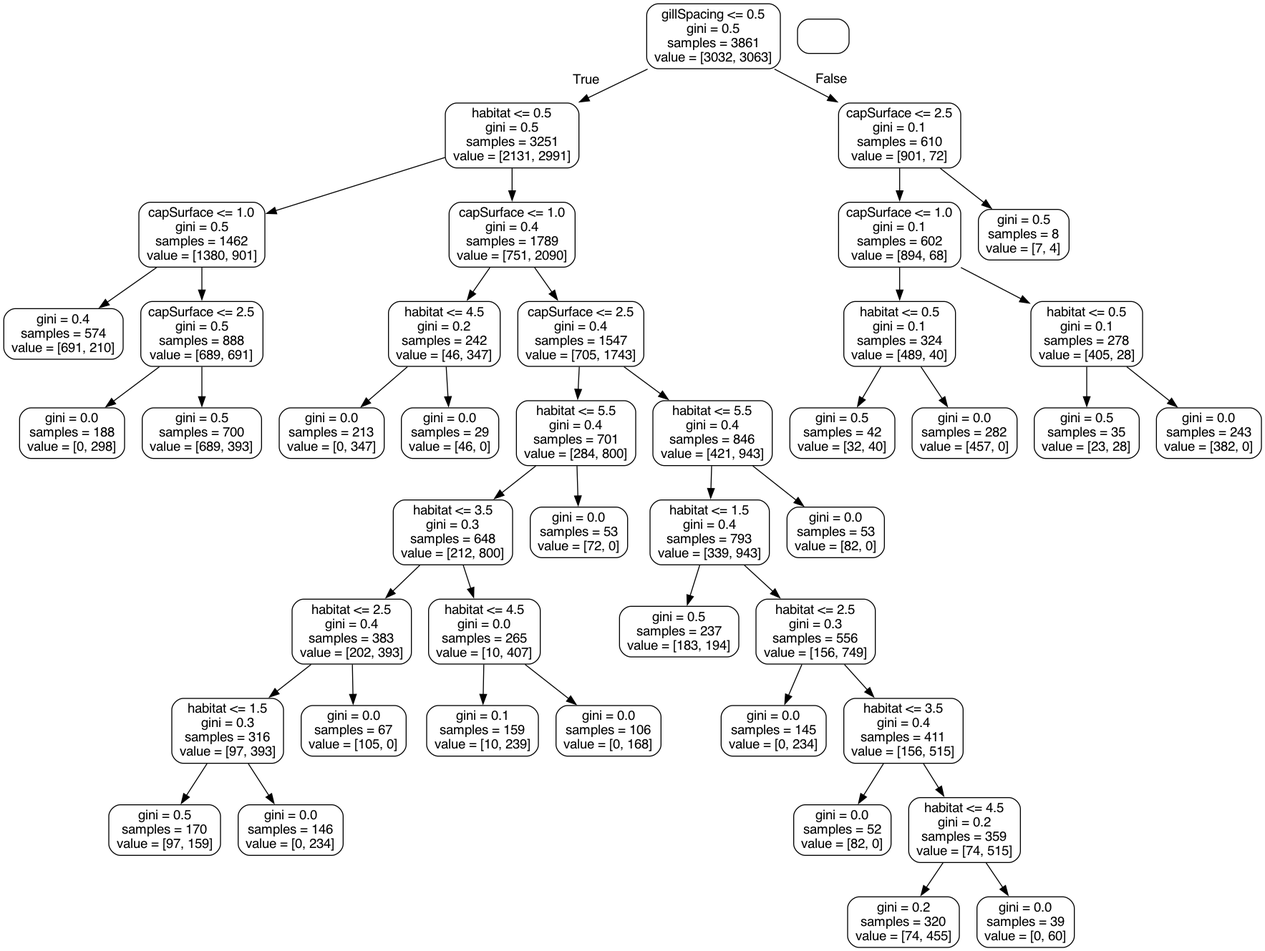
williamhenderson02/ML-Coursework-2022 keeps this Graphviz diagram as Images/tree.png. Above is the earlier version. Its source is kept beside it as tree.dot. Source of this version:
```dot
digraph Tree {
node [shape=box, style="rounded", color="black", fontname="helvetica"] ;
edge [fontname="helvetica"] ;
0 [label="gillSpacing <= 0.5\ngini = 0.5\nsamples = 3861\nvalue = [3032, 3063]"] ;
1 [label="habitat <= 0.5\ngini = 0.5\nsamples = 3251\nvalue = [2131, 2991]"] ;
0 -> 1 [labeldistance=2.5, labelangle=45, headlabel="True"] ;
2 [label="capSurface <= 1.0\ngini = 0.5\nsamples = 1462\nvalue = [1380, 901]"] ;
1 -> 2 ;
3 [label="gini = 0.4\nsamples = 574\nvalue = [691, 210]"] ;
2 -> 3 ;
4 [label="capSurface <= 2.5\ngini = 0.5\nsamples = 888\nvalue = [689, 691]"] ;
2 -> 4 ;
5 [label="gini = 0.0\nsamples = 188\nvalue = [0, 298]"] ;
4 -> 5 ;
6 [label="gini = 0.5\nsamples = 700\nvalue = [689, 393]"] ;
4 -> 6 ;
7 [label="capSurface <= 1.0\ngini = 0.4\nsamples = 1789\nvalue = [751, 2090]"] ;
1 -> 7 ;
8 [label="habitat <= 4.5\ngini = 0.2\nsamples = 242\nvalue = [46, 347]"] ;
7 -> 8 ;
9 [label="gini = 0.0\nsamples = 213\nvalue = [0, 347]"] ;
8 -> 9 ;
10 [label="gini = 0.0\nsamples = 29\nvalue = [46, 0]"] ;
8 -> 10 ;
11 [label="capSurface <= 2.5\ngini = 0.4\nsamples = 1547\nvalue = [705, 1743]"] ;
7 -> 11 ;
12 [label="habitat <= 5.5\ngini = 0.4\nsamples = 701\nvalue = [284, 800]"] ;
11 -> 12 ;
13 [label="habitat <= 3.5\ngini = 0.3\nsamples = 648\nvalue = [212, 800]"] ;
12 -> 13 ;
14 [label="habitat <= 2.5\ngini = 0.4\nsamples = 383\nvalue = [202, 393]"] ;
13 -> 14 ;
15 [label="habitat <= 1.5\ngini = 0.3\nsamples = 316\nvalue = [97, 393]"] ;
14 -> 15 ;
16 [label="gini = 0.5\nsamples = 170\nvalue = [97, 159]"] ;
15 -> 16 ;
17 [label="gini = 0.0\nsamples = 146\nvalue = [0, 234]"] ;
15 -> 17 ;
18 [label="gini = 0.0\nsamples = 67\nvalue = [105, 0]"] ;
14 -> 18 ;
19 [label="habitat <= 4.5\ngini = 0.0\nsamples = 265\nvalue = [10, 407]"] ;
13 -> 19 ;
20 [label="gini = 0.1\nsamples = 159\nvalue = [10, 239]"] ;
19 -> 20 ;
21 [label="gini = 0.0\nsamples = 106\nvalue = [0, 168]"] ;
19 -> 21 ;
22 [label="gini = 0.0\nsamples = 53\nvalue = [72, 0]"] ;
12 -> 22 ;
23 [label="habitat <= 5.5\ngini = 0.4\nsamples = 846\nvalue = [421, 943]"] ;
11 -> 23 ;
24 [label="habitat <= 1.5\ngini = 0.4\nsamples = 793\nvalue = [339, 943]"] ;
23 -> 24 ;
25 [label="gini = 0.5\nsamples = 237\nvalue = [183, 194]"] ;
24 -> 25 ;
26 [label="habitat <= 2.5\ngini = 0.3\nsamples = 556\nvalue = [156, 749]"] ;
24 -> 26 ;
27 [label="gini = 0.0\nsamples = 145\nvalue = [0, 234]"] ;
26 -> 27 ;
28 [label="habitat <= 3.5\ngini = 0.4\nsamples = 411\nvalue = [156, 515]"] ;
26 -> 28 ;
29 [label="gini = 0.0\nsamples = 52\nvalue = [82, 0]"] ;
28 -> 29 ;
30 [label="habitat <= 4.5\ngini = 0.2\nsamples = 359\nvalue = [74, 515]"] ;
28 -> 30 ;
31 [label="gini = 0.2\nsamples = 320\nvalue = [74, 455]"] ;
30 -> 31 ;
32 [label="gini = 0.0\nsamples = 39\nvalue = [0, 60]"] ;
30 -> 32 ;
33 [label="gini = 0.0\nsamples = 53\nvalue = [82, 0]"] ;
23 -> 33 ;
34 [label="capSurface <= 2.5\ngini = 0.1\nsamples = 610\nvalue = [901, 72]"] ;
0 -> 34 [labeldistance=2.5, labelangle=-45, headlabel="False"] ;
35 [label="capSurface <= 1.0\ngini = 0.1\nsamples = 602\nvalue = [894, 68]"] ;
34 -> 35 ;
36 [label="habitat <= 0.5\ngini = 0.1\nsamples = 324\nvalue = [489, 40]"] ;
35 -> 36 ;
37 [label="gini = 0.5\nsamples = 42\nvalue = [32, 40]"] ;
36 -> 37 ;
38 [label="gini = 0.0\nsamples = 282\nvalue = [457, 0]"] ;
36 -> 38 ;
39 [label="habitat <= 0.5\ngini = 0.1\nsamples = 278\nvalue = [405, 28]"] ;
35 -> 39 ;
40 [label="gini = 0.5\nsamples = 35\nvalue = [23, 28]"] ;
39 -> 40 ;
41 [label="gini = 0.0\nsamples = 243\nvalue = [382, 0]"] ;
39 -> 41 ;
42 [label="gini = 0.5\nsamples = 8\nvalue = [7, 4]"] ;
34 -> 42 ;
}
```
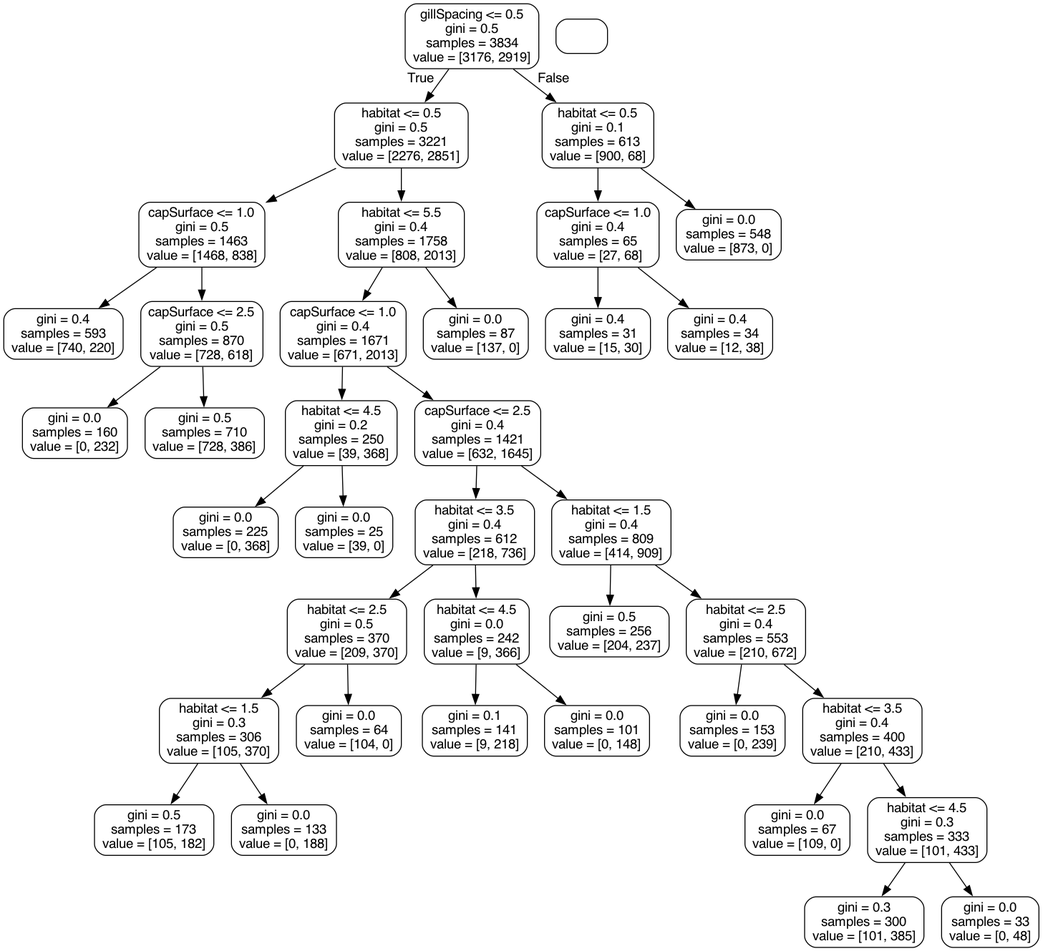
Later version of the same file.

The edit, as a diff of the source:
```diff
@@ -1,89 +1,77 @@
 digraph Tree {
 node [shape=box, style="rounded", color="black", fontname="helvetica"] ;
 edge [fontname="helvetica"] ;
-0 [label="gillSpacing <= 0.5\ngini = 0.5\nsamples = 3861\nvalue = [3032, 3063]"] ;
-1 [label="habitat <= 0.5\ngini = 0.5\nsamples = 3251\nvalue = [2131, 2991]"] ;
+0 [label="gillSpacing <= 0.5\ngini = 0.5\nsamples = 3834\nvalue = [3176, 2919]"] ;
+1 [label="habitat <= 0.5\ngini = 0.5\nsamples = 3221\nvalue = [2276, 2851]"] ;
 0 -> 1 [labeldistance=2.5, labelangle=45, headlabel="True"] ;
-2 [label="capSurface <= 1.0\ngini = 0.5\nsamples = 1462\nvalue = [1380, 901]"] ;
+2 [label="capSurface <= 1.0\ngini = 0.5\nsamples = 1463\nvalue = [1468, 838]"] ;
 1 -> 2 ;
-3 [label="gini = 0.4\nsamples = 574\nvalue = [691, 210]"] ;
+3 [label="gini = 0.4\nsamples = 593\nvalue = [740, 220]"] ;
 2 -> 3 ;
-4 [label="capSurface <= 2.5\ngini = 0.5\nsamples = 888\nvalue = [689, 691]"] ;
+4 [label="capSurface <= 2.5\ngini = 0.5\nsamples = 870\nvalue = [728, 618]"] ;
 2 -> 4 ;
-5 [label="gini = 0.0\nsamples = 188\nvalue = [0, 298]"] ;
+5 [label="gini = 0.0\nsamples = 160\nvalue = [0, 232]"] ;
 4 -> 5 ;
-6 [label="gini = 0.5\nsamples = 700\nvalue = [689, 393]"] ;
+6 [label="gini = 0.5\nsamples = 710\nvalue = [728, 386]"] ;
 4 -> 6 ;
-7 [label="capSurface <= 1.0\ngini = 0.4\nsamples = 1789\nvalue = [751, 2090]"] ;
+7 [label="habitat <= 5.5\ngini = 0.4\nsamples = 1758\nvalue = [808, 2013]"] ;
 1 -> 7 ;
-8 [label="habitat <= 4.5\ngini = 0.2\nsamples = 242\nvalue = [46, 347]"] ;
+8 [label="capSurface <= 1.0\ngini = 0.4\nsamples = 1671\nvalue = [671, 2013]"] ;
 7 -> 8 ;
-9 [label="gini = 0.0\nsamples = 213\nvalue = [0, 347]"] ;
+9 [label="habitat <= 4.5\ngini = 0.2\nsamples = 250\nvalue = [39, 368]"] ;
 8 -> 9 ;
-10 [label="gini = 0.0\nsamples = 29\nvalue = [46, 0]"] ;
-8 -> 10 ;
-11 [label="capSurface <= 2.5\ngini = 0.4\nsamples = 1547\nvalue = [705, 1743]"] ;
-7 -> 11 ;
-12 [label="habitat <= 5.5\ngini = 0.4\nsamples = 701\nvalue = [284, 800]"] ;
-11 -> 12 ;
-13 [label="habitat <= 3.5\ngini = 0.3\nsamples = 648\nvalue = [212, 800]"] ;
+10 [label="gini = 0.0\nsamples = 225\nvalue = [0, 368]"] ;
+9 -> 10 ;
+11 [label="gini = 0.0\nsamples = 25\nvalue = [39, 0]"] ;
+9 -> 11 ;
+12 [label="capSurface <= 2.5\ngini = 0.4\nsamples = 1421\nvalue = [632, 1645]"] ;
+8 -> 12 ;
+13 [label="habitat <= 3.5\ngini = 0.4\nsamples = 612\nvalue = [218, 736]"] ;
 12 -> 13 ;
-14 [label="habitat <= 2.5\ngini = 0.4\nsamples = 383\nvalue = [202, 393]"] ;
+14 [label="habitat <= 2.5\ngini = 0.5\nsamples = 370\nvalue = [209, 370]"] ;
 13 -> 14 ;
-15 [label="habitat <= 1.5\ngini = 0.3\nsamples = 316\nvalue = [97, 393]"] ;
+15 [label="habitat <= 1.5\ngini = 0.3\nsamples = 306\nvalue = [105, 370]"] ;
 14 -> 15 ;
-16 [label="gini = 0.5\nsamples = 170\nvalue = [97, 159]"] ;
+16 [label="gini = 0.5\nsamples = 173\nvalue = [105, 182]"] ;
 15 -> 16 ;
-17 [label="gini = 0.0\nsamples = 146\nvalue = [0, 234]"] ;
+17 [label="gini = 0.0\nsamples = 133\nvalue = [0, 188]"] ;
 15 -> 17 ;
-18 [label="gini = 0.0\nsamples = 67\nvalue = [105, 0]"] ;
+18 [label="gini = 0.0\nsamples = 64\nvalue = [104, 0]"] ;
 14 -> 18 ;
-19 [label="habitat <= 4.5\ngini = 0.0\nsamples = 265\nvalue = [10, 407]"] ;
+19 [label="habitat <= 4.5\ngini = 0.0\nsamples = 242\nvalue = [9, 366]"] ;
 13 -> 19 ;
-20 [label="gini = 0.1\nsamples = 159\nvalue = [10, 239]"] ;
+20 [label="gini = 0.1\nsamples = 141\nvalue = [9, 218]"] ;
 19 -> 20 ;
-21 [label="gini = 0.0\nsamples = 106\nvalue = [0, 168]"] ;
+21 [label="gini = 0.0\nsamples = 101\nvalue = [0, 148]"] ;
 19 -> 21 ;
-22 [label="gini = 0.0\nsamples = 53\nvalue = [72, 0]"] ;
+22 [label="habitat <= 1.5\ngini = 0.4\nsamples = 809\nvalue = [414, 909]"] ;
 12 -> 22 ;
-23 [label="habitat <= 5.5\ngini = 0.4\nsamples = 846\nvalue = [421, 943]"] ;
-11 -> 23 ;
-24 [label="habitat <= 1.5\ngini = 0.4\nsamples = 793\nvalue = [339, 943]"] ;
-23 -> 24 ;
-25 [label="gini = 0.5\nsamples = 237\nvalue = [183, 194]"] ;
+23 [label="gini = 0.5\nsamples = 256\nvalue = [204, 237]"] ;
+22 -> 23 ;
+24 [label="habitat <= 2.5\ngini = 0.4\nsamples = 553\nvalue = [210, 672]"] ;
+22 -> 24 ;
+25 [label="gini = 0.0\nsamples = 153\nvalue = [0, 239]"] ;
 24 -> 25 ;
-26 [label="habitat <= 2.5\ngini = 0.3\nsamples = 556\nvalue = [156, 749]"] ;
+26 [label="habitat <= 3.5\ngini = 0.4\nsamples = 400\nvalue = [210, 433]"] ;
 24 -> 26 ;
-27 [label="gini = 0.0\nsamples = 145\nvalue = [0, 234]"] ;
+27 [label="gini = 0.0\nsamples = 67\nvalue = [109, 0]"] ;
 26 -> 27 ;
-28 [label="habitat <= 3.5\ngini = 0.4\nsamples = 411\nvalue = [156, 515]"] ;
+28 [label="habitat <= 4.5\ngini = 0.3\nsamples = 333\nvalue = [101, 433]"] ;
 26 -> 28 ;
-29 [label="gini = 0.0\nsamples = 52\nvalue = [82, 0]"] ;
+29 [label="gini = 0.3\nsamples = 300\nvalue = [101, 385]"] ;
 28 -> 29 ;
-30 [label="habitat <= 4.5\ngini = 0.2\nsamples = 359\nvalue = [74, 515]"] ;
+30 [label="gini = 0.0\nsamples = 33\nvalue = [0, 48]"] ;
 28 -> 30 ;
-31 [label="gini = 0.2\nsamples = 320\nvalue = [74, 455]"] ;
-30 -> 31 ;
-32 [label="gini = 0.0\nsamples = 39\nvalue = [0, 60]"] ;
-30 -> 32 ;
-33 [label="gini = 0.0\nsamples = 53\nvalue = [82, 0]"] ;
-23 -> 33 ;
-34 [label="capSurface <= 2.5\ngini = 0.1\nsamples = 610\nvalue = [901, 72]"] ;
-0 -> 34 [labeldistance=2.5, labelangle=-45, headlabel="False"] ;
-35 [label="capSurface <= 1.0\ngini = 0.1\nsamples = 602\nvalue = [894, 68]"] ;
-34 -> 35 ;
-36 [label="habitat <= 0.5\ngini = 0.1\nsamples = 324\nvalue = [489, 40]"] ;
-35 -> 36 ;
-37 [label="gini = 0.5\nsamples = 42\nvalue = [32, 40]"] ;
-36 -> 37 ;
-38 [label="gini = 0.0\nsamples = 282\nvalue = [457, 0]"] ;
-36 -> 38 ;
-39 [label="habitat <= 0.5\ngini = 0.1\nsamples = 278\nvalue = [405, 28]"] ;
-35 -> 39 ;
-40 [label="gini = 0.5\nsamples = 35\nvalue = [23, 28]"] ;
-39 -> 40 ;
-41 [label="gini = 0.0\nsamples = 243\nvalue = [382, 0]"] ;
-39 -> 41 ;
-42 [label="gini = 0.5\nsamples = 8\nvalue = [7, 4]"] ;
-34 -> 42 ;
+31 [label="gini = 0.0\nsamples = 87\nvalue = [137, 0]"] ;
+7 -> 31 ;
+32 [label="habitat <= 0.5\ngini = 0.1\nsamples = 613\nvalue = [900, 68]"] ;
+0 -> 32 [labeldistance=2.5, labelangle=-45, headlabel="False"] ;
+33 [label="capSurface <= 1.0\ngini = 0.4\nsamples = 65\nvalue = [27, 68]"] ;
+32 -> 33 ;
+34 [label="gini = 0.4\nsamples = 31\nvalue = [15, 30]"] ;
+33 -> 34 ;
+35 [label="gini = 0.4\nsamples = 34\nvalue = [12, 38]"] ;
+33 -> 35 ;
+36 [label="gini = 0.0\nsamples = 548\nvalue = [873, 0]"] ;
+32 -> 36 ;
 }
```
